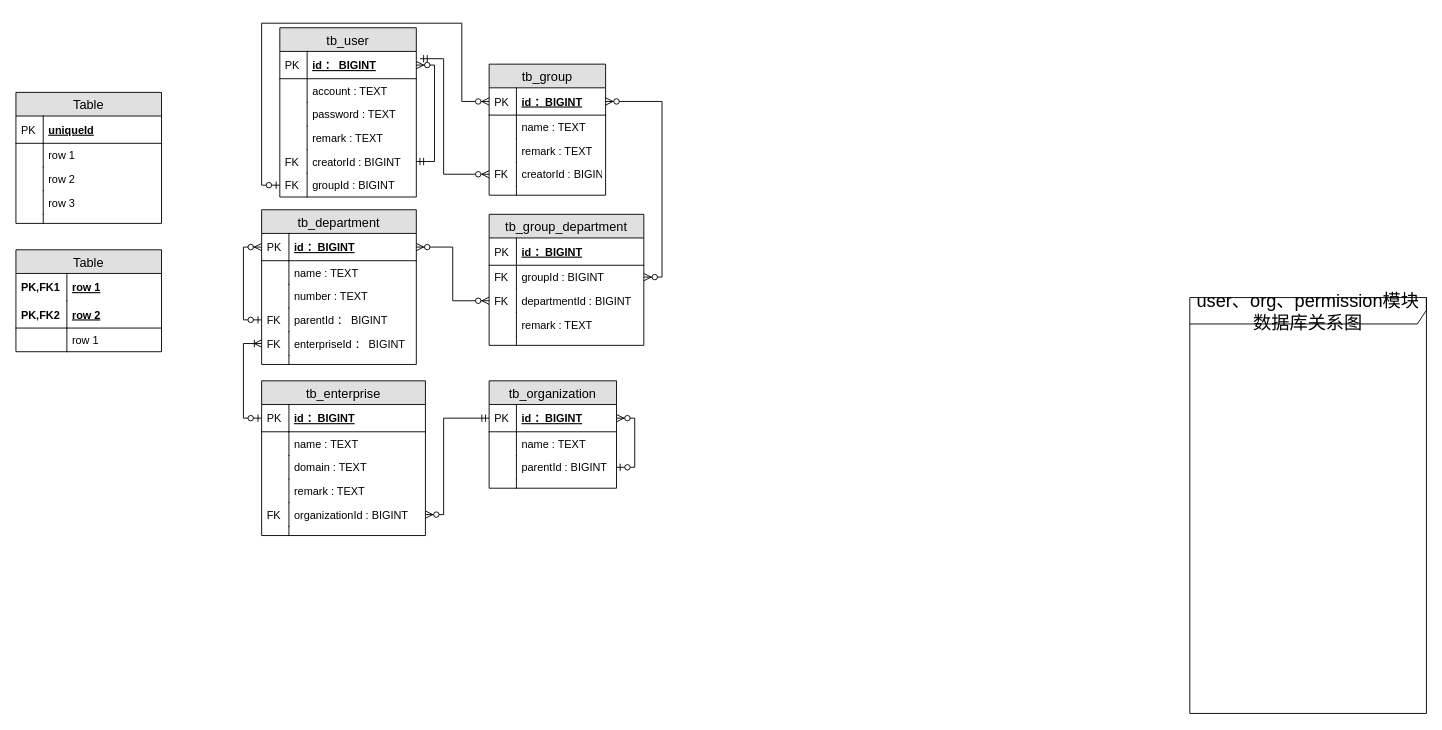
Before: page "第 2 页" (2 of 2) of CDRS/DB-design.drawio in waterwatermelon/graph, a draw.io diagram. Source tidied: cells renumbered, new cells numbered last; positions are measured from the earlier drawing's top-left corner, leaving out a move shared by most shapes. Both pictures are drawn from the tidied source at 91%, with x=0, y=0 at pixel (15, 23).
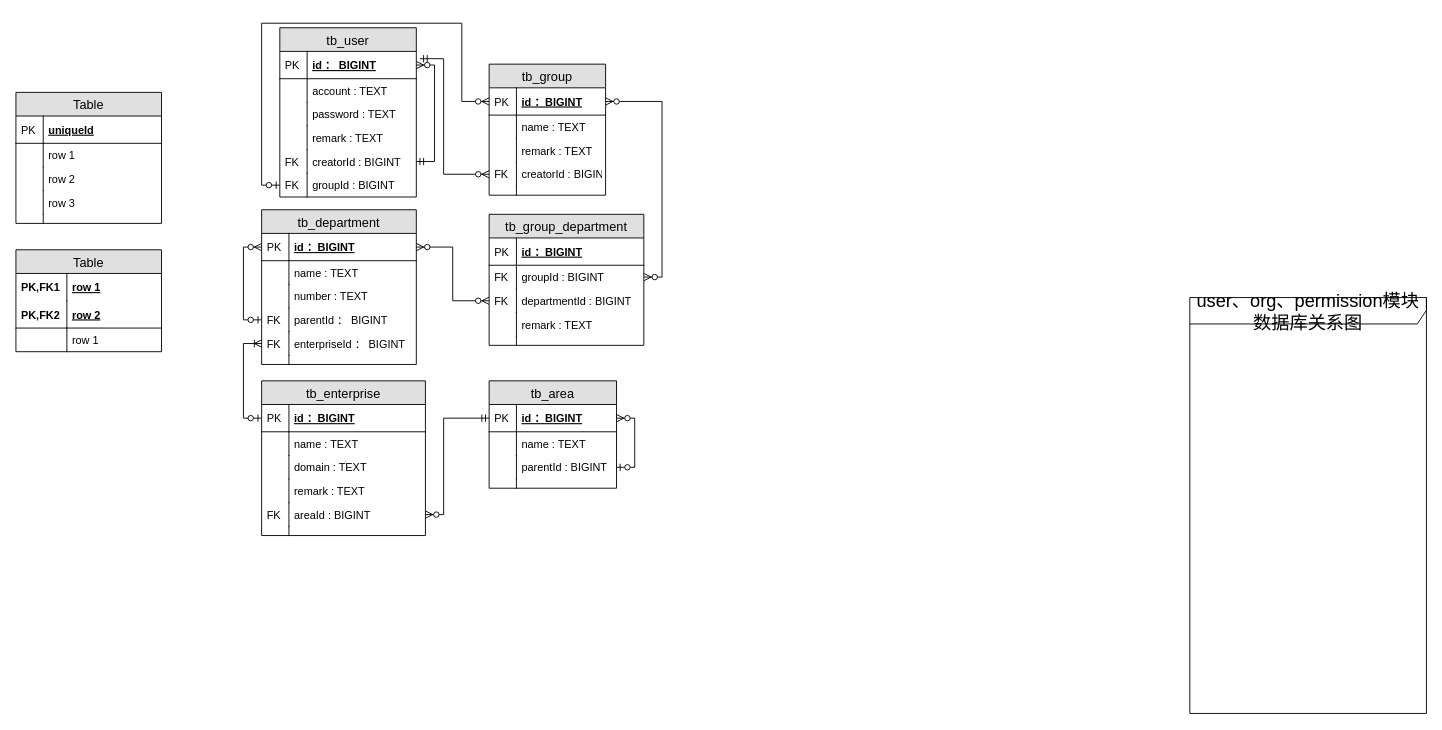
After the change.

Unchanged cells that the change refers to:
```xml
<mxCell id="70" value="tb_enterprise" style="swimlane;fontStyle=0;horizontal=1;startSize=26;fillColor=#e0e0e0;swimlaneFillColor=#ffffff;align=center;fontSize=14;" parent="1" vertex="1">
  <mxGeometry x="270" y="393" width="180" height="170" as="geometry" />
</mxCell>
```

The edit, as a diff of the source:
```diff
@@
-    <mxCell id="60" value="tb_organization" style="swimlane;fontStyle=0;horizontal=1;startSize=26;fillColor=#e0e0e0;swimlaneFillColor=#ffffff;align=center;fontSize=14;" parent="1" vertex="1">
+    <mxCell id="60" value="tb_area" style="swimlane;fontStyle=0;horizontal=1;startSize=26;fillColor=#e0e0e0;swimlaneFillColor=#ffffff;align=center;fontSize=14;" parent="1" vertex="1">
       <mxGeometry x="520" y="393" width="140" height="118" as="geometry" />
     </mxCell>
@@
-    <mxCell id="79" value="organizationId : BIGINT" style="shape=partialRectangle;top=0;left=0;right=0;bottom=0;align=left;verticalAlign=top;fillColor=none;spacingLeft=34;spacingRight=4;overflow=hidden;points=[[0,0.5],[1,0.5]];portConstraint=eastwest;fontSize=12;" parent="70" vertex="1">
+    <mxCell id="79" value="areaId : BIGINT" style="shape=partialRectangle;top=0;left=0;right=0;bottom=0;align=left;verticalAlign=top;fillColor=none;spacingLeft=34;spacingRight=4;overflow=hidden;points=[[0,0.5],[1,0.5]];portConstraint=eastwest;fontSize=12;" parent="70" vertex="1">
       <mxGeometry y="134" width="180" height="26" as="geometry" />
     </mxCell>
```
